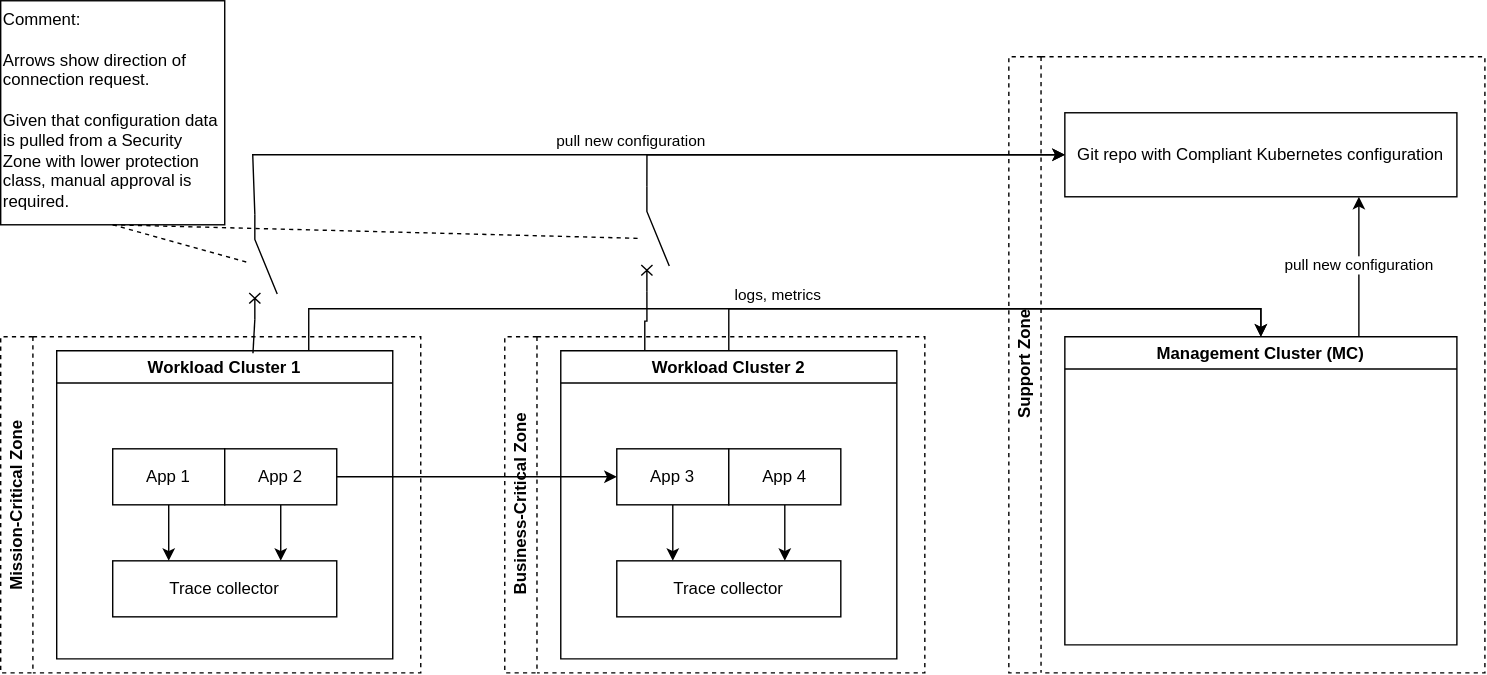
Above: docs/adr/img/0050-use-cluster-isolation.drawio.svg in elastisys/compliantkubernetes (draw.io), before the change. Source tidied: cells renumbered, new cells last; positions are measured from the earlier drawing's top-left corner, leaving out a move shared by most shapes.
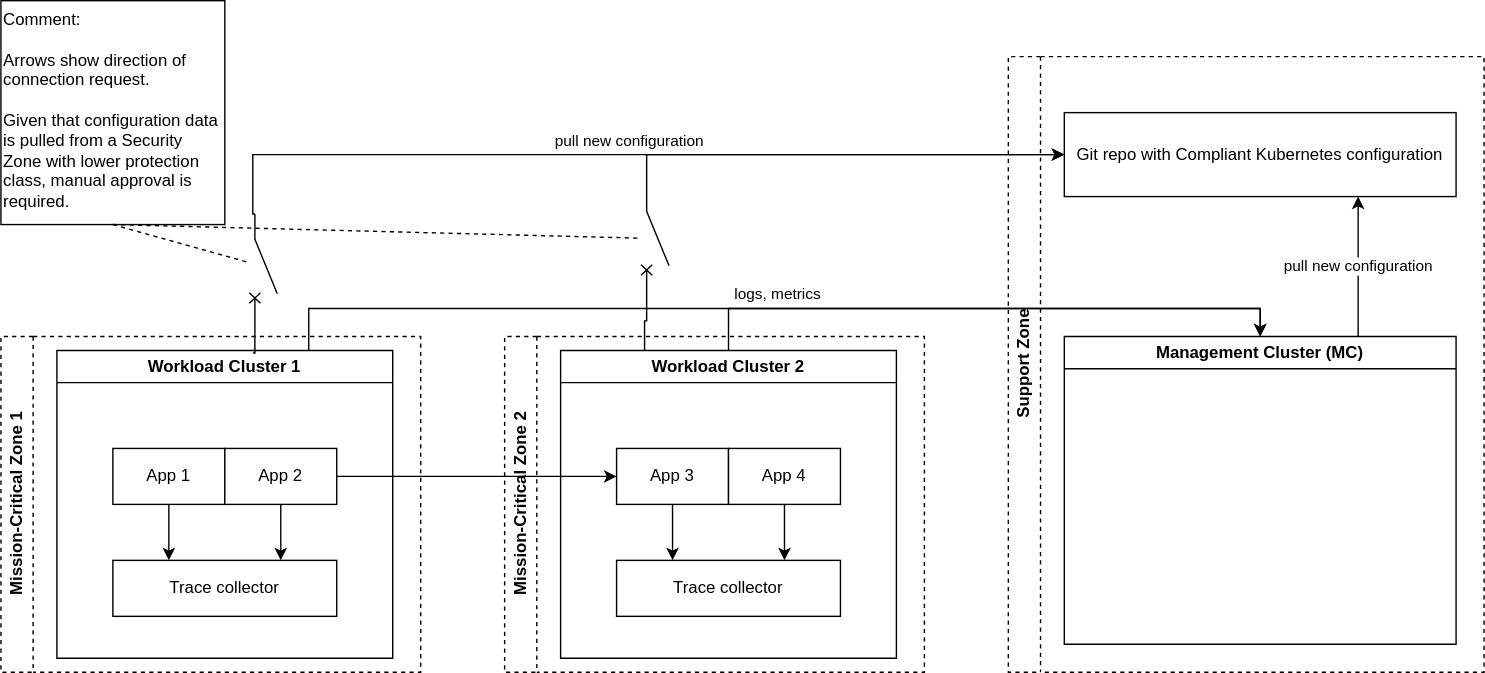
Above is the later version.

Commit message:
Use more established terminology

Change to the diagram source:
```diff
@@ -2,7 +2,7 @@
   <root>
     <mxCell id="0" />
     <mxCell id="1" parent="0" />
-    <mxCell id="2" value="Mission-Critical Zone" style="swimlane;horizontal=0;whiteSpace=wrap;html=1;dashed=1;" parent="1" vertex="1">
+    <mxCell id="2" value="Mission-Critical Zone 1" style="swimlane;horizontal=0;whiteSpace=wrap;html=1;dashed=1;" parent="1" vertex="1">
       <mxGeometry y="240" width="300" height="240" as="geometry" />
     </mxCell>
     <mxCell id="3" value="Workload Cluster 1" style="swimlane;whiteSpace=wrap;html=1;" parent="2" vertex="1">
@@ -23,7 +23,7 @@
     <mxCell id="8" value="Trace collector" style="rounded=0;whiteSpace=wrap;html=1;" parent="3" vertex="1">
       <mxGeometry x="40" y="150" width="160" height="40" as="geometry" />
     </mxCell>
-    <mxCell id="9" value="Business-Critical Zone" style="swimlane;horizontal=0;whiteSpace=wrap;html=1;dashed=1;" parent="1" vertex="1">
+    <mxCell id="9" value="Mission-Critical Zone 2" style="swimlane;horizontal=0;whiteSpace=wrap;html=1;dashed=1;" parent="1" vertex="1">
       <mxGeometry x="360" y="240" width="300" height="240" as="geometry" />
     </mxCell>
     <mxCell id="10" value="Workload Cluster 2" style="swimlane;whiteSpace=wrap;html=1;" parent="9" vertex="1">
```
